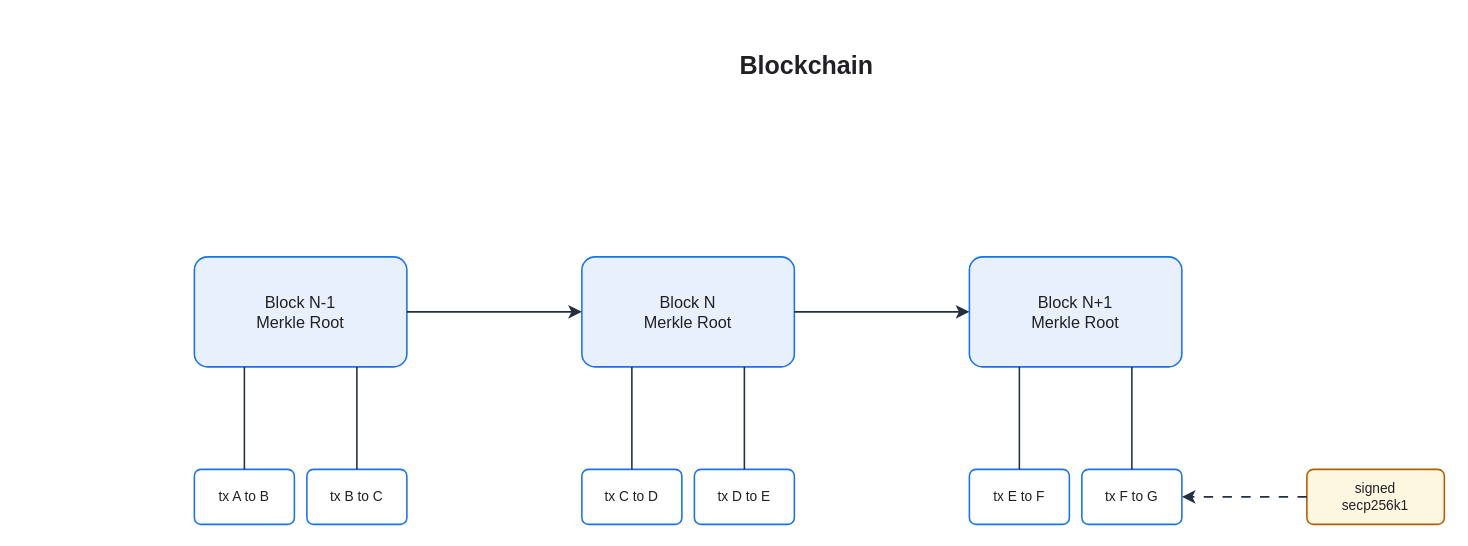
The draw.io diagram assets/img/blockchain/blockchain-series.drawio in KKamJi98/kkamji98.github.io, before the edit. Source tidied: cells renumbered, new cells numbered last; positions are measured from the earlier drawing's top-left corner, leaving out a move shared by most shapes. Both pictures are drawn from the tidied source at 125%, with x=0, y=0 at pixel (194, 44).
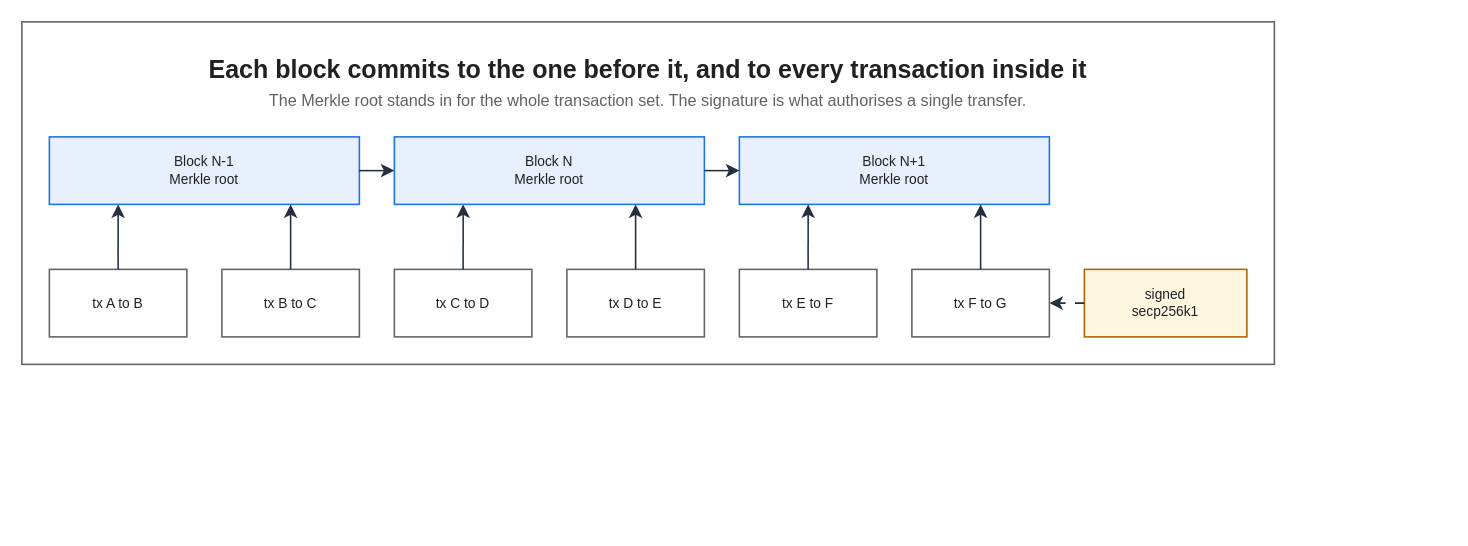
Above is the later version.

Commit message (it also covers changes not shown here):
fix(diagrams): move the hand-drawn blockchain cover into its spec

Diff of the diagram source:
```diff
@@
+    <mxCell id="22" style="rounded=0;html=0;fillColor=none;strokeColor=#5F6368;fontColor=#202124;strokeWidth=1.25;" parent="1" vertex="1">
+      <mxGeometry x="-138" y="-18" width="1002" height="274" as="geometry" />
+    </mxCell>
-    <mxCell id="2" value="Blockchain" style="text;html=0;fontColor=#202124;fontSize=20;fontStyle=1;align=center;verticalAlign=middle;" parent="1" vertex="1">
-      <mxGeometry x="390" width="200" height="30" as="geometry" />
+    <mxCell id="2" value="Each block commits to the one before it, and to every transaction inside it" style="text;html=0;whiteSpace=wrap;fillColor=none;strokeColor=none;fontColor=#202124;fontSize=20;fontStyle=1;align=center;verticalAlign=middle;" parent="1" vertex="1">
+      <mxGeometry x="-116" y="4" width="958" height="30" as="geometry" />
     </mxCell>
+    <mxCell id="23" value="The Merkle root stands in for the whole transaction set. The signature is what authorises a single transfer." style="text;html=0;whiteSpace=wrap;fillColor=none;strokeColor=none;fontColor=#5F6368;fontSize=13;fontStyle=0;align=center;verticalAlign=middle;" parent="1" vertex="1">
+      <mxGeometry x="-116" y="34" width="958" height="22" as="geometry" />
+    </mxCell>
-    <mxCell id="3" value="Block N-1&#10;Merkle Root" style="rounded=1;arcSize=12;html=0;fillColor=#E8F0FE;strokeColor=#1A73E8;strokeWidth=1.25;fontColor=#202124;fontSize=13;whiteSpace=wrap;" parent="1" vertex="1">
-      <mxGeometry y="170" width="170" height="88" as="geometry" />
+    <mxCell id="3" value="Block N-1&#10;Merkle root" style="rounded=0;whiteSpace=wrap;html=0;fillColor=#E8F0FE;strokeColor=#1A73E8;fontColor=#202124;fontSize=11;fontStyle=0;align=center;verticalAlign=middle;spacingLeft=6;spacingRight=6;strokeWidth=1.25;" parent="1" vertex="1">
+      <mxGeometry x="-116" y="74" width="248" height="54" as="geometry" />
     </mxCell>
-    <mxCell id="4" value="Block N&#10;Merkle Root" style="rounded=1;arcSize=12;html=0;fillColor=#E8F0FE;strokeColor=#1A73E8;strokeWidth=1.25;fontColor=#202124;fontSize=13;whiteSpace=wrap;" parent="1" vertex="1">
-      <mxGeometry x="310" y="170" width="170" height="88" as="geometry" />
+    <mxCell id="4" value="Block N&#10;Merkle root" style="rounded=0;whiteSpace=wrap;html=0;fillColor=#E8F0FE;strokeColor=#1A73E8;fontColor=#202124;fontSize=11;fontStyle=0;align=center;verticalAlign=middle;spacingLeft=6;spacingRight=6;strokeWidth=1.25;" parent="1" vertex="1">
+      <mxGeometry x="160" y="74" width="248" height="54" as="geometry" />
     </mxCell>
-    <mxCell id="5" value="Block N+1&#10;Merkle Root" style="rounded=1;arcSize=12;html=0;fillColor=#E8F0FE;strokeColor=#1A73E8;strokeWidth=1.25;fontColor=#202124;fontSize=13;whiteSpace=wrap;" parent="1" vertex="1">
-      <mxGeometry x="620" y="170" width="170" height="88" as="geometry" />
+    <mxCell id="5" value="Block N+1&#10;Merkle root" style="rounded=0;whiteSpace=wrap;html=0;fillColor=#E8F0FE;strokeColor=#1A73E8;fontColor=#202124;fontSize=11;fontStyle=0;align=center;verticalAlign=middle;spacingLeft=6;spacingRight=6;strokeWidth=1.25;" parent="1" vertex="1">
+      <mxGeometry x="436" y="74" width="248" height="54" as="geometry" />
     </mxCell>
-    <mxCell id="6" style="edgeStyle=orthogonalEdgeStyle;html=0;strokeColor=#232F3E;strokeWidth=1.25;endArrow=classic;endFill=1;endSize=7;labelBackgroundColor=none;exitX=1;exitY=0.5;entryX=0;entryY=0.5;" parent="1" edge="1" source="3" target="4">
-      <mxGeometry relative="1" as="geometry" />
-    </mxCell>
-    <mxCell id="7" style="edgeStyle=orthogonalEdgeStyle;html=0;strokeColor=#232F3E;strokeWidth=1.25;endArrow=classic;endFill=1;endSize=7;labelBackgroundColor=none;exitX=1;exitY=0.5;entryX=0;entryY=0.5;" parent="1" edge="1" source="4" target="5">
-      <mxGeometry relative="1" as="geometry" />
-    </mxCell>
-    <mxCell id="8" value="tx A to B" style="rounded=1;arcSize=12;html=0;fillColor=#FFFFFF;strokeColor=#1A73E8;strokeWidth=1.25;fontColor=#202124;fontSize=11;whiteSpace=wrap;" parent="1" vertex="1">
-      <mxGeometry y="340" width="80" height="44" as="geometry" />
+    <mxCell id="8" value="tx A to B" style="rounded=0;whiteSpace=wrap;html=0;fillColor=#FFFFFF;strokeColor=#5F6368;fontColor=#202124;fontSize=11;fontStyle=0;align=center;verticalAlign=middle;spacingLeft=6;spacingRight=6;strokeWidth=1.25;" parent="1" vertex="1">
+      <mxGeometry x="-116" y="180" width="110" height="54" as="geometry" />
     </mxCell>
-    <mxCell id="9" value="tx B to C" style="rounded=1;arcSize=12;html=0;fillColor=#FFFFFF;strokeColor=#1A73E8;strokeWidth=1.25;fontColor=#202124;fontSize=11;whiteSpace=wrap;" parent="1" vertex="1">
-      <mxGeometry x="90" y="340" width="80" height="44" as="geometry" />
+    <mxCell id="9" value="tx B to C" style="rounded=0;whiteSpace=wrap;html=0;fillColor=#FFFFFF;strokeColor=#5F6368;fontColor=#202124;fontSize=11;fontStyle=0;align=center;verticalAlign=middle;spacingLeft=6;spacingRight=6;strokeWidth=1.25;" parent="1" vertex="1">
+      <mxGeometry x="22" y="180" width="110" height="54" as="geometry" />
     </mxCell>
-    <mxCell id="10" value="tx C to D" style="rounded=1;arcSize=12;html=0;fillColor=#FFFFFF;strokeColor=#1A73E8;strokeWidth=1.25;fontColor=#202124;fontSize=11;whiteSpace=wrap;" parent="1" vertex="1">
-      <mxGeometry x="310" y="340" width="80" height="44" as="geometry" />
+    <mxCell id="10" value="tx C to D" style="rounded=0;whiteSpace=wrap;html=0;fillColor=#FFFFFF;strokeColor=#5F6368;fontColor=#202124;fontSize=11;fontStyle=0;align=center;verticalAlign=middle;spacingLeft=6;spacingRight=6;strokeWidth=1.25;" parent="1" vertex="1">
+      <mxGeometry x="160" y="180" width="110" height="54" as="geometry" />
     </mxCell>
-    <mxCell id="11" value="tx D to E" style="rounded=1;arcSize=12;html=0;fillColor=#FFFFFF;strokeColor=#1A73E8;strokeWidth=1.25;fontColor=#202124;fontSize=11;whiteSpace=wrap;" parent="1" vertex="1">
-      <mxGeometry x="400" y="340" width="80" height="44" as="geometry" />
+    <mxCell id="11" value="tx D to E" style="rounded=0;whiteSpace=wrap;html=0;fillColor=#FFFFFF;strokeColor=#5F6368;fontColor=#202124;fontSize=11;fontStyle=0;align=center;verticalAlign=middle;spacingLeft=6;spacingRight=6;strokeWidth=1.25;" parent="1" vertex="1">
+      <mxGeometry x="298" y="180" width="110" height="54" as="geometry" />
     </mxCell>
-    <mxCell id="12" value="tx E to F" style="rounded=1;arcSize=12;html=0;fillColor=#FFFFFF;strokeColor=#1A73E8;strokeWidth=1.25;fontColor=#202124;fontSize=11;whiteSpace=wrap;" parent="1" vertex="1">
-      <mxGeometry x="620" y="340" width="80" height="44" as="geometry" />
+    <mxCell id="12" value="tx E to F" style="rounded=0;whiteSpace=wrap;html=0;fillColor=#FFFFFF;strokeColor=#5F6368;fontColor=#202124;fontSize=11;fontStyle=0;align=center;verticalAlign=middle;spacingLeft=6;spacingRight=6;strokeWidth=1.25;" parent="1" vertex="1">
+      <mxGeometry x="436" y="180" width="110" height="54" as="geometry" />
     </mxCell>
-    <mxCell id="13" value="tx F to G" style="rounded=1;arcSize=12;html=0;fillColor=#FFFFFF;strokeColor=#1A73E8;strokeWidth=1.25;fontColor=#202124;fontSize=11;whiteSpace=wrap;" parent="1" vertex="1">
-      <mxGeometry x="710" y="340" width="80" height="44" as="geometry" />
+    <mxCell id="13" value="tx F to G" style="rounded=0;whiteSpace=wrap;html=0;fillColor=#FFFFFF;strokeColor=#5F6368;fontColor=#202124;fontSize=11;fontStyle=0;align=center;verticalAlign=middle;spacingLeft=6;spacingRight=6;strokeWidth=1.25;" parent="1" vertex="1">
+      <mxGeometry x="574" y="180" width="110" height="54" as="geometry" />
     </mxCell>
-    <mxCell id="14" value="signed&#10;secp256k1" style="rounded=1;arcSize=12;html=0;fillColor=#FEF7E0;strokeColor=#B06000;strokeWidth=1.25;fontColor=#202124;fontSize=11;whiteSpace=wrap;" parent="1" vertex="1">
-      <mxGeometry x="890" y="340" width="110" height="44" as="geometry" />
+    <mxCell id="14" value="signed&#10;secp256k1" style="rounded=0;whiteSpace=wrap;html=0;fillColor=#FEF7E0;strokeColor=#B06000;fontColor=#202124;fontSize=11;fontStyle=0;align=center;verticalAlign=middle;spacingLeft=6;spacingRight=6;strokeWidth=1.25;" parent="1" vertex="1">
+      <mxGeometry x="712" y="180" width="130" height="54" as="geometry" />
     </mxCell>
+    <mxCell id="6" style="edgeStyle=orthogonalEdgeStyle;rounded=0;html=0;strokeColor=#232F3E;strokeWidth=1.25;endArrow=classic;endFill=1;endSize=7;fontSize=11;fontColor=#202124;labelBackgroundColor=none;jettySize=14;exitX=1;exitY=0.5;entryX=0;entryY=0.5;exitDx=0;exitDy=0;entryDx=0;entryDy=0;" parent="1" edge="1" source="3" target="4">
+      <mxGeometry relative="1" as="geometry" />
+    </mxCell>
+    <mxCell id="7" style="edgeStyle=orthogonalEdgeStyle;rounded=0;html=0;strokeColor=#232F3E;strokeWidth=1.25;endArrow=classic;endFill=1;endSize=7;fontSize=11;fontColor=#202124;labelBackgroundColor=none;jettySize=14;exitX=1;exitY=0.5;entryX=0;entryY=0.5;exitDx=0;exitDy=0;entryDx=0;entryDy=0;" parent="1" edge="1" source="4" target="5">
+      <mxGeometry relative="1" as="geometry" />
+    </mxCell>
-    <mxCell id="15" style="edgeStyle=orthogonalEdgeStyle;html=0;strokeColor=#232F3E;strokeWidth=1.25;endArrow=none;labelBackgroundColor=none;exitX=0.5;exitY=0;entryX=0.2353;entryY=1;" parent="1" edge="1" source="8" target="3">
+    <mxCell id="15" style="edgeStyle=orthogonalEdgeStyle;rounded=0;html=0;strokeColor=#232F3E;strokeWidth=1.25;endArrow=classic;endFill=1;endSize=7;fontSize=11;fontColor=#202124;labelBackgroundColor=none;jettySize=14;exitX=0.5;exitY=0;entryX=0.2218;entryY=1;exitDx=0;exitDy=0;entryDx=0;entryDy=0;" parent="1" edge="1" source="8" target="3">
       <mxGeometry relative="1" as="geometry" />
     </mxCell>
-    <mxCell id="16" style="edgeStyle=orthogonalEdgeStyle;html=0;strokeColor=#232F3E;strokeWidth=1.25;endArrow=none;labelBackgroundColor=none;exitX=0.5;exitY=0;entryX=0.7647;entryY=1;" parent="1" edge="1" source="9" target="3">
+    <mxCell id="16" style="edgeStyle=orthogonalEdgeStyle;rounded=0;html=0;strokeColor=#232F3E;strokeWidth=1.25;endArrow=classic;endFill=1;endSize=7;fontSize=11;fontColor=#202124;labelBackgroundColor=none;jettySize=14;exitX=0.5;exitY=0;entryX=0.7782;entryY=1;exitDx=0;exitDy=0;entryDx=0;entryDy=0;" parent="1" edge="1" source="9" target="3">
       <mxGeometry relative="1" as="geometry" />
     </mxCell>
-    <mxCell id="17" style="edgeStyle=orthogonalEdgeStyle;html=0;strokeColor=#232F3E;strokeWidth=1.25;endArrow=none;labelBackgroundColor=none;exitX=0.5;exitY=0;entryX=0.2353;entryY=1;" parent="1" edge="1" source="10" target="4">
+    <mxCell id="17" style="edgeStyle=orthogonalEdgeStyle;rounded=0;html=0;strokeColor=#232F3E;strokeWidth=1.25;endArrow=classic;endFill=1;endSize=7;fontSize=11;fontColor=#202124;labelBackgroundColor=none;jettySize=14;exitX=0.5;exitY=0;entryX=0.2218;entryY=1;exitDx=0;exitDy=0;entryDx=0;entryDy=0;" parent="1" edge="1" source="10" target="4">
       <mxGeometry relative="1" as="geometry" />
     </mxCell>
-    <mxCell id="18" style="edgeStyle=orthogonalEdgeStyle;html=0;strokeColor=#232F3E;strokeWidth=1.25;endArrow=none;labelBackgroundColor=none;exitX=0.5;exitY=0;entryX=0.7647;entryY=1;" parent="1" edge="1" source="11" target="4">
+    <mxCell id="18" style="edgeStyle=orthogonalEdgeStyle;rounded=0;html=0;strokeColor=#232F3E;strokeWidth=1.25;endArrow=classic;endFill=1;endSize=7;fontSize=11;fontColor=#202124;labelBackgroundColor=none;jettySize=14;exitX=0.5;exitY=0;entryX=0.7782;entryY=1;exitDx=0;exitDy=0;entryDx=0;entryDy=0;" parent="1" edge="1" source="11" target="4">
       <mxGeometry relative="1" as="geometry" />
     </mxCell>
-    <mxCell id="19" style="edgeStyle=orthogonalEdgeStyle;html=0;strokeColor=#232F3E;strokeWidth=1.25;endArrow=none;labelBackgroundColor=none;exitX=0.5;exitY=0;entryX=0.2353;entryY=1;" parent="1" edge="1" source="12" target="5">
+    <mxCell id="19" style="edgeStyle=orthogonalEdgeStyle;rounded=0;html=0;strokeColor=#232F3E;strokeWidth=1.25;endArrow=classic;endFill=1;endSize=7;fontSize=11;fontColor=#202124;labelBackgroundColor=none;jettySize=14;exitX=0.5;exitY=0;entryX=0.2218;entryY=1;exitDx=0;exitDy=0;entryDx=0;entryDy=0;" parent="1" edge="1" source="12" target="5">
       <mxGeometry relative="1" as="geometry" />
     </mxCell>
-    <mxCell id="20" style="edgeStyle=orthogonalEdgeStyle;html=0;strokeColor=#232F3E;strokeWidth=1.25;endArrow=none;labelBackgroundColor=none;exitX=0.5;exitY=0;entryX=0.7647;entryY=1;" parent="1" edge="1" source="13" target="5">
+    <mxCell id="20" style="edgeStyle=orthogonalEdgeStyle;rounded=0;html=0;strokeColor=#232F3E;strokeWidth=1.25;endArrow=classic;endFill=1;endSize=7;fontSize=11;fontColor=#202124;labelBackgroundColor=none;jettySize=14;exitX=0.5;exitY=0;entryX=0.7782;entryY=1;exitDx=0;exitDy=0;entryDx=0;entryDy=0;" parent="1" edge="1" source="13" target="5">
       <mxGeometry relative="1" as="geometry" />
     </mxCell>
-    <mxCell id="21" style="edgeStyle=orthogonalEdgeStyle;html=0;strokeColor=#232F3E;strokeWidth=1.25;endArrow=classic;endFill=1;endSize=7;labelBackgroundColor=none;exitX=0;exitY=0.5;entryX=1;entryY=0.5;dashed=1;dashPattern=6 6;" parent="1" edge="1" source="14" target="13">
+    <mxCell id="21" style="edgeStyle=orthogonalEdgeStyle;rounded=0;html=0;strokeColor=#232F3E;strokeWidth=1.25;endArrow=classic;endFill=1;endSize=7;fontSize=11;fontColor=#202124;labelBackgroundColor=none;jettySize=14;dashed=1;dashPattern=6 6;exitX=0;exitY=0.5;entryX=1;entryY=0.5;exitDx=0;exitDy=0;entryDx=0;entryDy=0;" parent="1" edge="1" source="14" target="13">
       <mxGeometry relative="1" as="geometry" />
     </mxCell>
```
